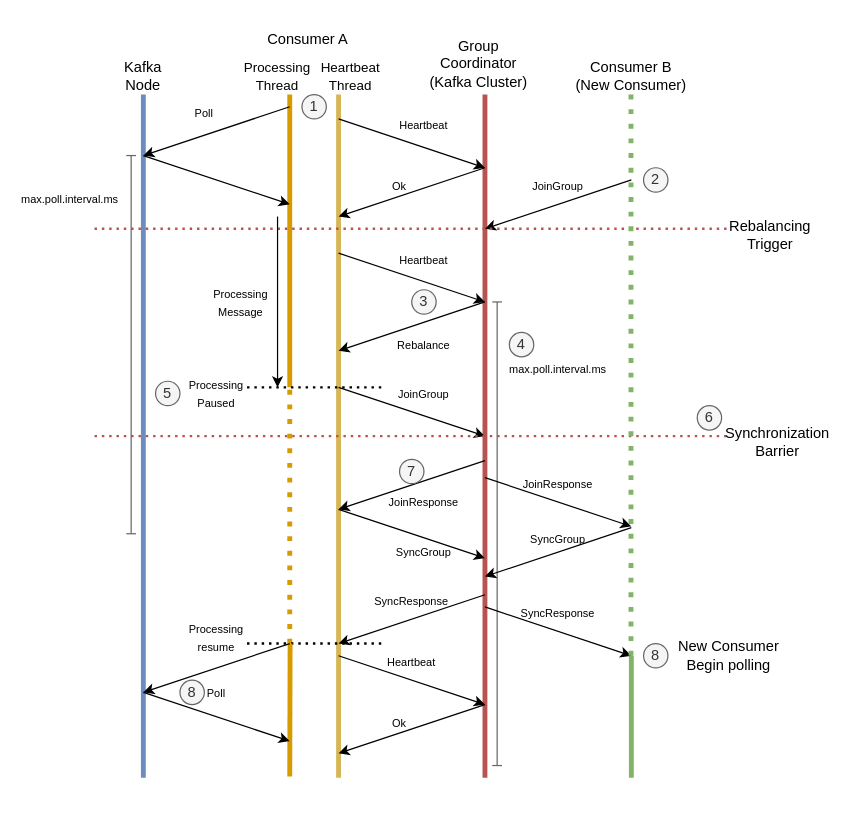
This is drawio/kafka/kafka-rebalancing-protocol-1.drawio from windowforsun/blog, a draw.io file, before an edit. Source tidied: cells renumbered, new cells numbered last; positions are measured from the earlier drawing's top-left corner, leaving out a move shared by most shapes. Both pictures are drawn from the tidied source at 122%, with x=0, y=0 at pixel (33, 21).
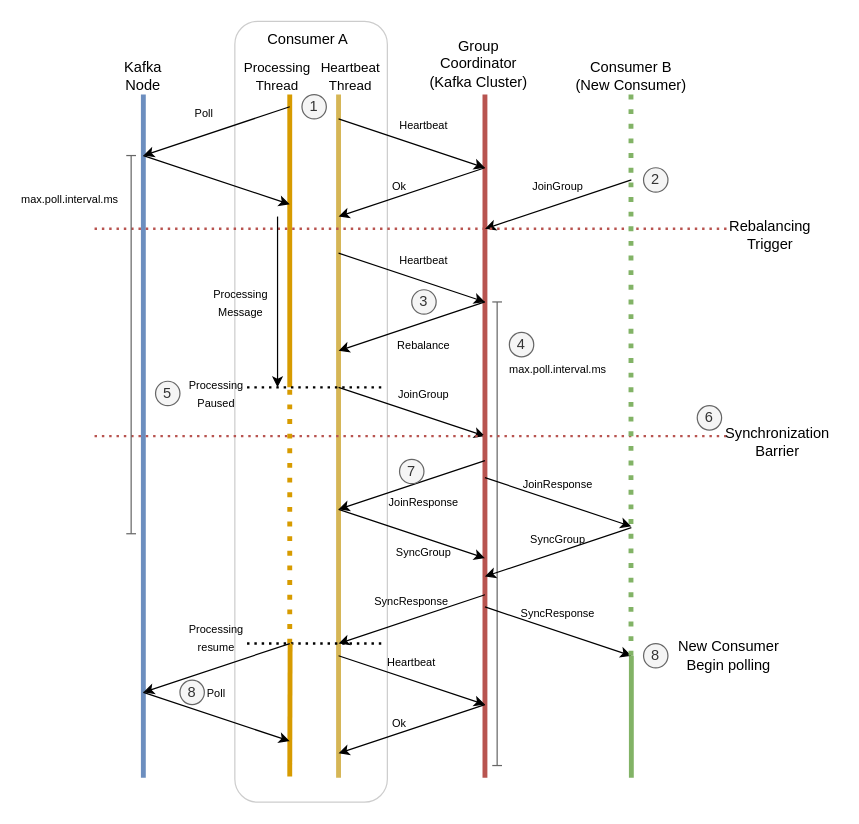
After the change.

The edit, as a diff of the source:
```diff
@@
+    <mxCell id="74" style="rounded=1;whiteSpace=wrap;html=1;fillColor=none;opacity=20;" parent="1" vertex="1">
+      <mxGeometry x="165" width="125" height="640" as="geometry" />
+    </mxCell>
```
